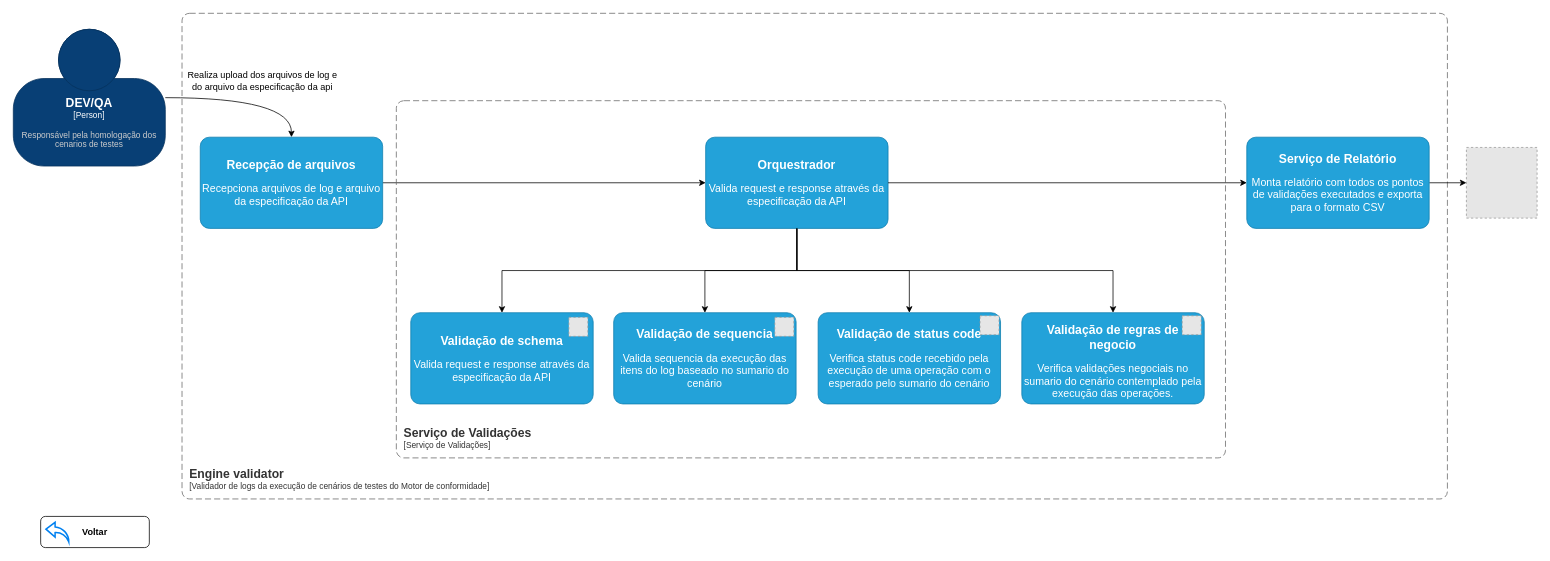
Earlier version of the draw.io diagram page "Serviço de validações" (3 of 7) of Engine Validator/diagram.drawio (andretrindade/diagrams). Source tidied: cells renumbered, new cells numbered last; positions are measured from the earlier drawing's top-left corner, leaving out a move shared by most shapes. Both pictures are drawn from the tidied source at 76%, with x=0, y=0 at pixel (13, 13). Pictures stored in the file or linked from it are replaced by grey dashed boxes.
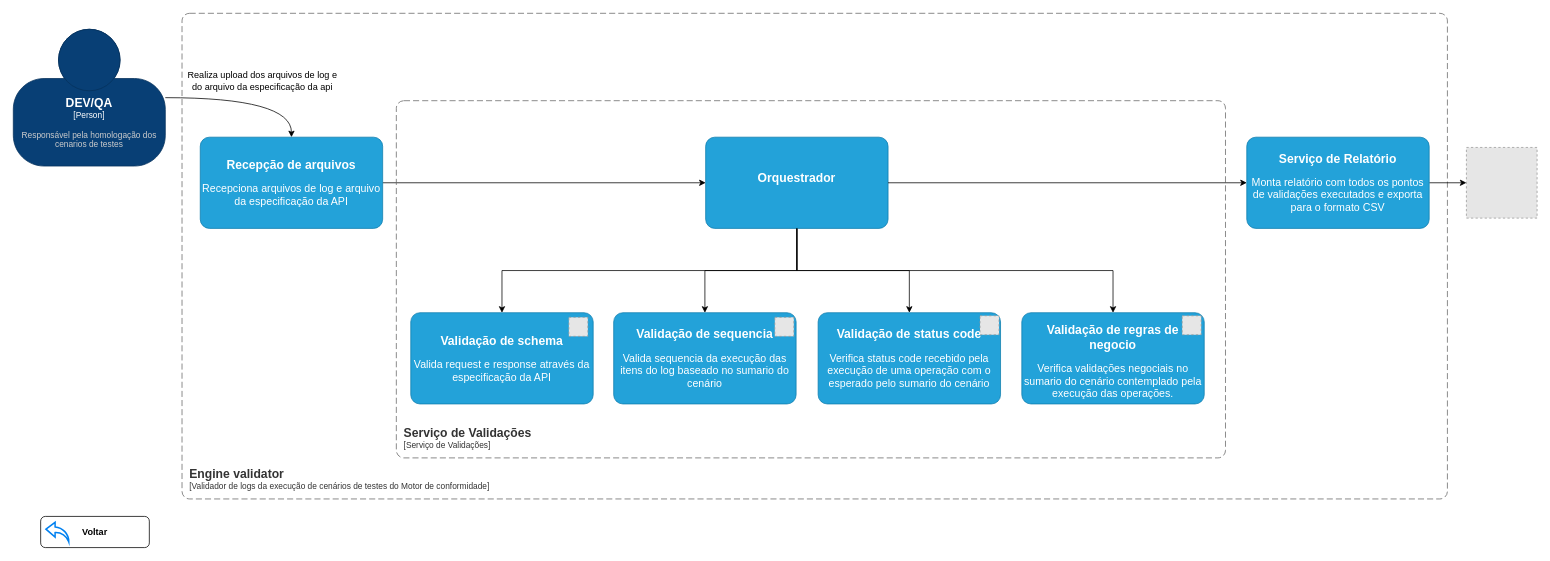
The same page after the edit.

Change to the diagram source:
```diff
@@
-    <object id="17" label="&lt;font style=&quot;font-size: 16px&quot;&gt;&lt;b&gt;%c4Name%&lt;/b&gt;&lt;/font&gt;&lt;div&gt;&lt;/div&gt;&lt;br&gt;&lt;div&gt;&lt;font style=&quot;font-size: 14px&quot;&gt;&lt;font &gt;%c4Description%&lt;/font&gt;&lt;/div&gt;" c4Description="Valida request e response através da especificação da API" c4Name="Orquestrador" placeholders="1">
+    <object id="17" label="&lt;font style=&quot;font-size: 16px&quot;&gt;&lt;b&gt;%c4Name%&lt;/b&gt;&lt;/font&gt;&lt;div&gt;&lt;/div&gt;&lt;br&gt;&lt;div&gt;&lt;font style=&quot;font-size: 14px&quot;&gt;&lt;font &gt;%c4Description%&lt;/font&gt;&lt;/div&gt;" c4Description="" c4Name="Orquestrador" placeholders="1">
       <mxCell style="rounded=1;whiteSpace=wrap;html=1;fontSize=11;labelBackgroundColor=none;fillColor=#23A2D9;fontColor=#ffffff;align=center;arcSize=10;strokeColor=#0E7DAD;points=[[0.25,0,0],[0.5,0,0],[0.75,0,0],[1,0.25,0],[1,0.5,0],[1,0.75,0],[0.75,1,0],[0.5,1,0],[0.25,1,0],[0,0.75,0],[0,0.5,0],[0,0.25,0]];verticalAlign=middle;fontFamily=Helvetica;" parent="1" vertex="1">
         <mxGeometry x="911" y="163" width="240" height="120" as="geometry" />
       </mxCell>
     </object>
```
